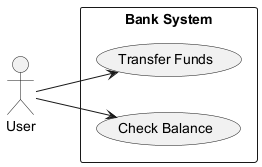
Wu-Zhaoyu/CS747_images keeps this PlantUML diagram as CS747_images/uml_3.png. Above is the earlier version.
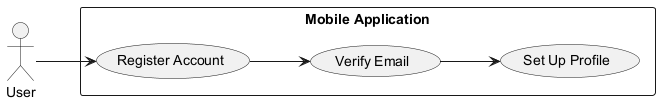
The same diagram one commit later.

The edit, as a diff of the source:
```diff
@@ -2,12 +2,13 @@
 left to right direction
 
 actor User
-
-rectangle "Bank System" {
-    usecase "Transfer Funds" as UC1
-    usecase "Check Balance" as UC2
+rectangle "Mobile Application" {
+    (Register Account) as Register
+    (Verify Email) as Verify
+    (Set Up Profile) as SetUp
 }
 
-User --> UC1
-User --> UC2
+User --> Register
+Register --> Verify
+Verify --> SetUp
 @enduml
```
